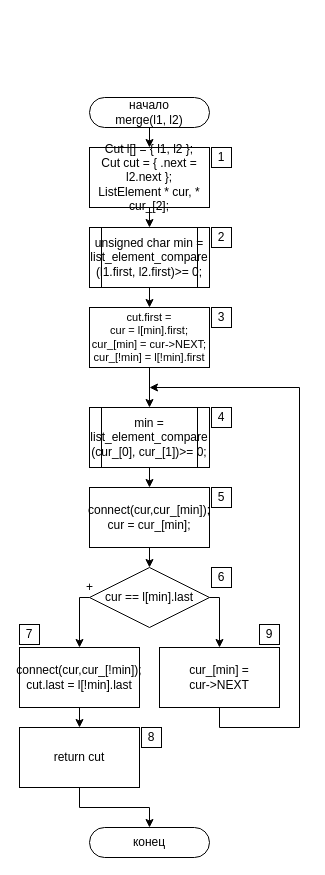
This is ПЗ/Diagrams/merge.drawio from Killfrra/AnP, a draw.io file, before an edit. Source tidied: cells renumbered, new cells numbered last; positions are measured from the earlier drawing's top-left corner, leaving out a move shared by most shapes. Both pictures are drawn from the tidied source at 100%, with x=0, y=0 at pixel (19, 97).
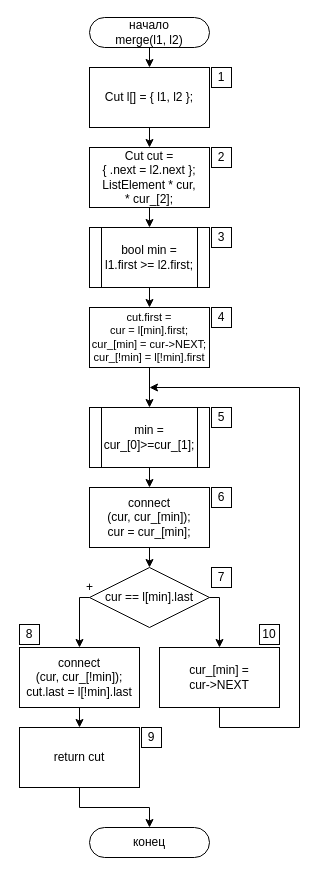
The same diagram, later.

Change to the diagram source:
```diff
@@
-    <mxCell id="2" style="edgeStyle=orthogonalEdgeStyle;rounded=0;jettySize=auto;html=1;exitX=0.5;exitY=1;exitDx=0;exitDy=0;entryX=0.5;entryY=0;entryDx=0;entryDy=0;endSize=6;fontSize=10;" parent="1" edge="1" source="3" target="19">
-      <mxGeometry relative="1" as="geometry" />
-    </mxCell>
+    <mxCell id="34" style="edgeStyle=orthogonalEdgeStyle;rounded=0;jettySize=auto;html=1;exitX=0.5;exitY=1;exitDx=0;exitDy=0;entryX=0.5;entryY=0;entryDx=0;entryDy=0;" parent="1" edge="1" source="3" target="36">
+      <mxGeometry relative="1" as="geometry" />
+    </mxCell>
     <mxCell id="3" value="начало&lt;br&gt;merge(l1, l2)" style="rounded=1;whiteSpace=wrap;html=1;arcSize=50;" parent="1" vertex="1">
-      <mxGeometry x="70" width="120" height="30" as="geometry" />
+      <mxGeometry x="70" y="-80" width="120" height="30" as="geometry" />
     </mxCell>
@@
-    <mxCell id="9" value="connect(cur,cur_[!min]);&lt;br&gt;cut.last = l[!min].last" style="rounded=0;whiteSpace=wrap;html=1;" parent="1" vertex="1">
+    <mxCell id="9" value="connect&lt;br&gt;(cur, cur_[!min]);&lt;br&gt;cut.last = l[!min].last" style="rounded=0;whiteSpace=wrap;html=1;" parent="1" vertex="1">
       <mxGeometry y="550" width="120" height="60" as="geometry" />
     </mxCell>
@@
-    <mxCell id="15" value="min = list_element_compare&lt;br&gt;(cur_[0], cur_[1])&amp;gt;= 0;" style="shape=process;whiteSpace=wrap;html=1;backgroundOutline=1;fontFamily=Helvetica;fontSize=12;fontColor=#000000;align=center;strokeColor=#000000;fillColor=#ffffff;" parent="1" vertex="1">
+    <mxCell id="15" value="min =&lt;br&gt;cur_[0]&amp;gt;=cur_[1];" style="shape=process;whiteSpace=wrap;html=1;backgroundOutline=1;fontFamily=Helvetica;fontSize=12;fontColor=#000000;align=center;strokeColor=#000000;fillColor=#ffffff;" parent="1" vertex="1">
       <mxGeometry x="70" y="310" width="120" height="60" as="geometry" />
     </mxCell>
@@
-    <mxCell id="17" value="unsigned char min = list_element_compare&lt;br&gt;(l1.first, l2.first)&amp;gt;= 0;" style="shape=process;whiteSpace=wrap;html=1;backgroundOutline=1;fontFamily=Helvetica;fontSize=12;fontColor=#000000;align=center;strokeColor=#000000;fillColor=#ffffff;" parent="1" vertex="1">
+    <mxCell id="17" value="bool min =&lt;br&gt;l1.first &amp;gt;= l2.first;" style="shape=process;whiteSpace=wrap;html=1;backgroundOutline=1;fontFamily=Helvetica;fontSize=12;fontColor=#000000;align=center;strokeColor=#000000;fillColor=#ffffff;" parent="1" vertex="1">
       <mxGeometry x="70" y="130" width="120" height="60" as="geometry" />
     </mxCell>
@@
-    <mxCell id="19" value="&lt;p&gt;&lt;font style=&quot;font-size: 12px&quot;&gt;Cut l[] = { l1, l2 };&lt;br&gt;&lt;/font&gt;&lt;font style=&quot;font-size: 12px&quot;&gt;Cut cut = { .next = l2.next };&lt;br&gt;&lt;/font&gt;&lt;font style=&quot;font-size: 12px&quot;&gt;ListElement * cur, * cur_[2];&lt;/font&gt;&lt;/p&gt;" style="rounded=0;whiteSpace=wrap;html=1;" parent="1" vertex="1">
+    <mxCell id="19" value="&lt;p&gt;&lt;font style=&quot;font-size: 12px&quot;&gt;Cut cut =&lt;br&gt;{ .next = l2.next };&lt;br&gt;&lt;/font&gt;&lt;font style=&quot;font-size: 12px&quot;&gt;ListElement * cur,&lt;br&gt;* cur_[2];&lt;/font&gt;&lt;/p&gt;" style="rounded=0;whiteSpace=wrap;html=1;" parent="1" vertex="1">
       <mxGeometry x="70" y="50" width="120" height="60" as="geometry" />
     </mxCell>
@@
-    <mxCell id="23" value="connect(cur,cur_[min]);&lt;br&gt;cur = cur_[min];" style="rounded=0;whiteSpace=wrap;html=1;" parent="1" vertex="1">
+    <mxCell id="23" value="connect&lt;br&gt;(cur, cur_[min]);&lt;br&gt;cur = cur_[min];" style="rounded=0;whiteSpace=wrap;html=1;" parent="1" vertex="1">
       <mxGeometry x="70" y="390" width="120" height="60" as="geometry" />
     </mxCell>
-    <mxCell id="24" value="1" style="whiteSpace=wrap;html=1;" parent="1" vertex="1">
+    <mxCell id="24" value="2" style="whiteSpace=wrap;html=1;" parent="1" vertex="1">
       <mxGeometry x="192" y="50" width="20" height="20" as="geometry" />
     </mxCell>
-    <mxCell id="25" value="3" style="whiteSpace=wrap;html=1;" parent="1" vertex="1">
+    <mxCell id="25" value="4" style="whiteSpace=wrap;html=1;" parent="1" vertex="1">
       <mxGeometry x="192" y="210" width="20" height="20" as="geometry" />
     </mxCell>
-    <mxCell id="26" value="2" style="whiteSpace=wrap;html=1;" parent="1" vertex="1">
+    <mxCell id="26" value="3" style="whiteSpace=wrap;html=1;" parent="1" vertex="1">
       <mxGeometry x="192" y="130" width="20" height="20" as="geometry" />
     </mxCell>
-    <mxCell id="27" value="4" style="whiteSpace=wrap;html=1;" parent="1" vertex="1">
+    <mxCell id="27" value="5" style="whiteSpace=wrap;html=1;" parent="1" vertex="1">
       <mxGeometry x="192" y="310" width="20" height="20" as="geometry" />
     </mxCell>
-    <mxCell id="28" value="5" style="whiteSpace=wrap;html=1;" parent="1" vertex="1">
+    <mxCell id="28" value="6" style="whiteSpace=wrap;html=1;" parent="1" vertex="1">
       <mxGeometry x="192" y="390" width="20" height="20" as="geometry" />
     </mxCell>
-    <mxCell id="29" value="6" style="whiteSpace=wrap;html=1;" parent="1" vertex="1">
+    <mxCell id="29" value="7" style="whiteSpace=wrap;html=1;" parent="1" vertex="1">
       <mxGeometry x="192" y="470" width="20" height="20" as="geometry" />
     </mxCell>
-    <mxCell id="30" value="9" style="whiteSpace=wrap;html=1;" parent="1" vertex="1">
+    <mxCell id="30" value="10" style="whiteSpace=wrap;html=1;" parent="1" vertex="1">
       <mxGeometry x="240" y="527" width="20" height="20" as="geometry" />
     </mxCell>
-    <mxCell id="31" value="7" style="whiteSpace=wrap;html=1;" parent="1" vertex="1">
+    <mxCell id="31" value="8" style="whiteSpace=wrap;html=1;" parent="1" vertex="1">
       <mxGeometry y="527" width="20" height="20" as="geometry" />
     </mxCell>
-    <mxCell id="32" value="8" style="whiteSpace=wrap;html=1;" parent="1" vertex="1">
+    <mxCell id="32" value="9" style="whiteSpace=wrap;html=1;" parent="1" vertex="1">
       <mxGeometry x="122" y="630" width="20" height="20" as="geometry" />
     </mxCell>
@@
+    <mxCell id="35" style="edgeStyle=orthogonalEdgeStyle;rounded=0;jettySize=auto;html=1;exitX=0.5;exitY=1;exitDx=0;exitDy=0;entryX=0.5;entryY=0;entryDx=0;entryDy=0;" parent="1" edge="1" source="36" target="19">
+      <mxGeometry relative="1" as="geometry" />
+    </mxCell>
+    <mxCell id="36" value="&lt;p&gt;Cut l[] = { l1, l2 };&lt;br&gt;&lt;/p&gt;" style="rounded=0;whiteSpace=wrap;html=1;" parent="1" vertex="1">
+      <mxGeometry x="70" y="-30" width="120" height="60" as="geometry" />
+    </mxCell>
+    <mxCell id="37" value="1" style="whiteSpace=wrap;html=1;" parent="1" vertex="1">
+      <mxGeometry x="192" y="-30" width="20" height="20" as="geometry" />
+    </mxCell>
```
